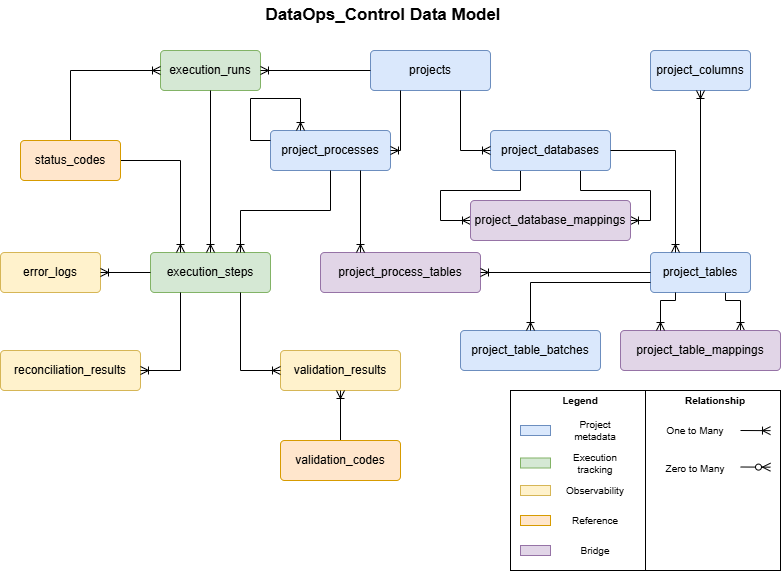
The draw.io diagram on_premise/DataOps_Control/docs/img/data_model_DataOps_Control.png in WilderJoseth/data-engineering-projects, before a commit. Source tidied: cells renumbered, new cells last; positions are measured from the earlier drawing's top-left corner, leaving out a move shared by most shapes.
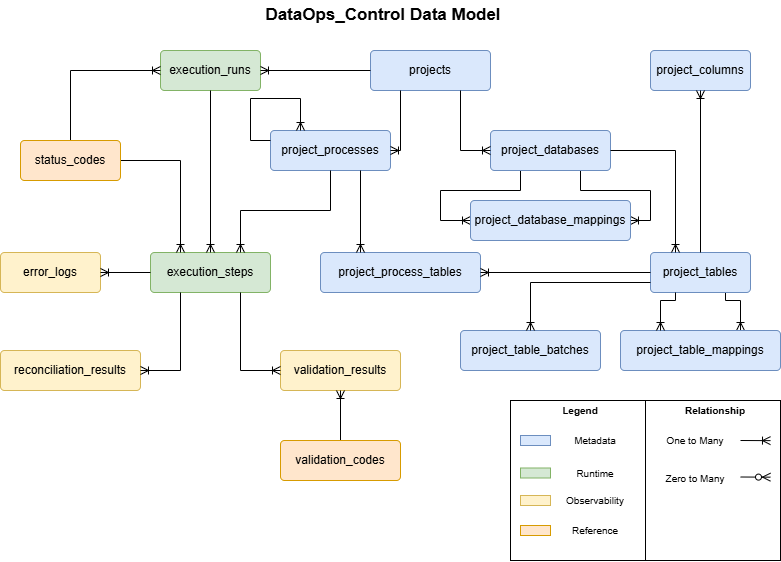
The same diagram one commit later.

What changed in the source:
```diff
@@ -3,7 +3,7 @@
     <mxCell id="0" />
     <mxCell id="1" parent="0" />
     <mxCell id="2" style="rounded=0;whiteSpace=wrap;html=1;gradientColor=none;fillColor=none;labelPosition=center;verticalLabelPosition=top;align=center;verticalAlign=bottom;fontStyle=1;" parent="1" vertex="1">
-      <mxGeometry x="510" y="390" width="270" height="180" as="geometry" />
+      <mxGeometry x="510" y="400" width="270" height="160" as="geometry" />
     </mxCell>
     <mxCell id="3" value="projects" style="rounded=1;arcSize=10;whiteSpace=wrap;html=1;align=center;fillColor=#dae8fc;strokeColor=#6c8ebf;" parent="1" vertex="1">
       <mxGeometry x="370" y="50" width="120" height="40" as="geometry" />
@@ -50,34 +50,34 @@
       <mxGeometry x="236" width="294" height="30" as="geometry" />
     </mxCell>
     <mxCell id="12" style="rounded=0;whiteSpace=wrap;html=1;fillColor=#dae8fc;strokeColor=#6c8ebf;" parent="1" vertex="1">
-      <mxGeometry x="520" y="425" width="30" height="10" as="geometry" />
+      <mxGeometry x="520" y="435" width="30" height="10" as="geometry" />
     </mxCell>
     <mxCell id="13" style="rounded=0;whiteSpace=wrap;html=1;fillColor=#d5e8d4;strokeColor=#82b366;" parent="1" vertex="1">
-      <mxGeometry x="520" y="457.5" width="30" height="10" as="geometry" />
+      <mxGeometry x="520" y="467.5" width="30" height="10" as="geometry" />
     </mxCell>
-    <mxCell id="14" value="Project metadata" style="text;html=1;whiteSpace=wrap;strokeColor=none;fillColor=none;align=center;verticalAlign=middle;rounded=0;fontSize=10;" parent="1" vertex="1">
-      <mxGeometry x="560" y="420" width="70" height="20" as="geometry" />
+    <mxCell id="14" value="Metadata" style="text;html=1;whiteSpace=wrap;strokeColor=none;fillColor=none;align=center;verticalAlign=middle;rounded=0;fontSize=10;" parent="1" vertex="1">
+      <mxGeometry x="560" y="430" width="70" height="20" as="geometry" />
     </mxCell>
-    <mxCell id="15" value="Execution tracking" style="text;html=1;whiteSpace=wrap;strokeColor=none;fillColor=none;align=center;verticalAlign=middle;rounded=0;fontSize=10;" parent="1" vertex="1">
-      <mxGeometry x="560" y="452.5" width="70" height="20" as="geometry" />
+    <mxCell id="15" value="Runtime" style="text;html=1;whiteSpace=wrap;strokeColor=none;fillColor=none;align=center;verticalAlign=middle;rounded=0;fontSize=10;" parent="1" vertex="1">
+      <mxGeometry x="560" y="462.5" width="70" height="20" as="geometry" />
     </mxCell>
     <mxCell id="16" style="fontSize=12;html=1;endArrow=ERoneToMany;rounded=0;exitX=0;exitY=0.5;exitDx=0;exitDy=0;" parent="1" edge="1">
       <mxGeometry relative="1" as="geometry">
-        <mxPoint x="740" y="430" as="sourcePoint" />
-        <mxPoint x="770" y="430.1" as="targetPoint" />
+        <mxPoint x="740" y="440" as="sourcePoint" />
+        <mxPoint x="770" y="440.1" as="targetPoint" />
       </mxGeometry>
     </mxCell>
     <mxCell id="17" value="One to Many" style="text;html=1;whiteSpace=wrap;strokeColor=none;fillColor=none;align=center;verticalAlign=middle;rounded=0;fontSize=10;" parent="1" vertex="1">
-      <mxGeometry x="660" y="420" width="70" height="20" as="geometry" />
+      <mxGeometry x="660" y="430" width="70" height="20" as="geometry" />
     </mxCell>
     <mxCell id="18" style="endArrow=none;html=1;rounded=0;entryX=0.5;entryY=0;entryDx=0;entryDy=0;exitX=0.5;exitY=1;exitDx=0;exitDy=0;" parent="1" edge="1" source="2" target="2">
       <mxGeometry relative="1" as="geometry" />
     </mxCell>
     <mxCell id="19" value="Legend" style="text;html=1;whiteSpace=wrap;strokeColor=none;fillColor=none;align=center;verticalAlign=middle;rounded=0;fontSize=10;fontStyle=1;" parent="1" vertex="1">
-      <mxGeometry x="545" y="390" width="70" height="20" as="geometry" />
+      <mxGeometry x="545" y="400" width="70" height="20" as="geometry" />
     </mxCell>
     <mxCell id="20" value="Relationship" style="text;html=1;whiteSpace=wrap;strokeColor=none;fillColor=none;align=center;verticalAlign=middle;rounded=0;fontSize=10;fontStyle=1;" parent="1" vertex="1">
-      <mxGeometry x="680" y="390" width="70" height="20" as="geometry" />
+      <mxGeometry x="680" y="400" width="70" height="20" as="geometry" />
     </mxCell>
     <mxCell id="21" style="fontSize=12;html=1;endArrow=ERoneToMany;rounded=0;exitX=0.75;exitY=1;exitDx=0;exitDy=0;entryX=0;entryY=0.5;entryDx=0;entryDy=0;" parent="1" edge="1" source="3" target="6">
       <mxGeometry relative="1" as="geometry">
@@ -109,10 +109,10 @@
       <mxGeometry y="350" width="140" height="40" as="geometry" />
     </mxCell>
     <mxCell id="28" style="rounded=0;whiteSpace=wrap;html=1;fillColor=#fff2cc;strokeColor=#d6b656;" parent="1" vertex="1">
-      <mxGeometry x="520" y="485" width="30" height="10" as="geometry" />
+      <mxGeometry x="520" y="495" width="30" height="10" as="geometry" />
     </mxCell>
     <mxCell id="29" value="Observability" style="text;html=1;whiteSpace=wrap;strokeColor=none;fillColor=none;align=center;verticalAlign=middle;rounded=0;fontSize=10;" parent="1" vertex="1">
-      <mxGeometry x="560" y="480" width="70" height="20" as="geometry" />
+      <mxGeometry x="560" y="490" width="70" height="20" as="geometry" />
     </mxCell>
     <mxCell id="30" value="project_table_batches" style="rounded=1;arcSize=10;whiteSpace=wrap;html=1;align=center;fillColor=#dae8fc;strokeColor=#6c8ebf;" parent="1" vertex="1">
       <mxGeometry x="460" y="330" width="140" height="40" as="geometry" />
@@ -143,12 +143,12 @@
       </mxGeometry>
     </mxCell>
     <mxCell id="35" value="Zero to Many" style="text;html=1;whiteSpace=wrap;strokeColor=none;fillColor=none;align=center;verticalAlign=middle;rounded=0;fontSize=10;" parent="1" vertex="1">
-      <mxGeometry x="660" y="457.5" width="70" height="20" as="geometry" />
+      <mxGeometry x="660" y="467.5" width="70" height="20" as="geometry" />
     </mxCell>
     <mxCell id="36" style="fontSize=12;html=1;endArrow=ERzeroToMany;endFill=1;rounded=0;entryX=0.5;entryY=0;entryDx=0;entryDy=0;" parent="1" edge="1">
       <mxGeometry relative="1" as="geometry">
-        <mxPoint x="740" y="466.5" as="sourcePoint" />
-        <mxPoint x="770" y="466.7" as="targetPoint" />
+        <mxPoint x="740" y="476.5" as="sourcePoint" />
+        <mxPoint x="770" y="476.7" as="targetPoint" />
       </mxGeometry>
     </mxCell>
     <mxCell id="37" style="fontSize=12;html=1;endArrow=ERoneToMany;rounded=0;exitX=0;exitY=0.5;exitDx=0;exitDy=0;entryX=1;entryY=0.5;entryDx=0;entryDy=0;" parent="1" edge="1" source="10" target="26">
@@ -185,16 +185,16 @@
         </Array>
       </mxGeometry>
     </mxCell>
-    <mxCell id="43" value="project_database_mappings" style="rounded=1;arcSize=10;whiteSpace=wrap;html=1;align=center;fillColor=#e1d5e7;strokeColor=#9673a6;" parent="1" vertex="1">
+    <mxCell id="43" value="project_database_mappings" style="rounded=1;arcSize=10;whiteSpace=wrap;html=1;align=center;fillColor=#dae8fc;strokeColor=#6c8ebf;" parent="1" vertex="1">
       <mxGeometry x="470" y="200" width="160" height="40" as="geometry" />
     </mxCell>
     <mxCell id="44" style="rounded=0;whiteSpace=wrap;html=1;fillColor=#ffe6cc;strokeColor=#d79b00;" parent="1" vertex="1">
-      <mxGeometry x="520" y="515" width="30" height="10" as="geometry" />
+      <mxGeometry x="520" y="525" width="30" height="10" as="geometry" />
     </mxCell>
     <mxCell id="45" value="Reference" style="text;html=1;whiteSpace=wrap;strokeColor=none;fillColor=none;align=center;verticalAlign=middle;rounded=0;fontSize=10;" parent="1" vertex="1">
-      <mxGeometry x="560" y="510" width="70" height="20" as="geometry" />
+      <mxGeometry x="560" y="520" width="70" height="20" as="geometry" />
     </mxCell>
-    <mxCell id="46" value="project_table_mappings" style="rounded=1;arcSize=10;whiteSpace=wrap;html=1;align=center;fillColor=#e1d5e7;strokeColor=#9673a6;" parent="1" vertex="1">
+    <mxCell id="46" value="project_table_mappings" style="rounded=1;arcSize=10;whiteSpace=wrap;html=1;align=center;fillColor=#dae8fc;strokeColor=#6c8ebf;" parent="1" vertex="1">
       <mxGeometry x="620" y="330" width="160" height="40" as="geometry" />
     </mxCell>
     <mxCell id="47" style="edgeStyle=orthogonalEdgeStyle;rounded=0;jettySize=auto;html=1;entryX=0.25;entryY=0;entryDx=0;entryDy=0;endArrow=ERoneToMany;endFill=0;exitX=0.25;exitY=1;exitDx=0;exitDy=0;" parent="1" edge="1" source="8" target="46">
@@ -205,7 +205,7 @@
         </Array>
       </mxGeometry>
     </mxCell>
-    <mxCell id="48" value="project_process_tables" style="rounded=1;arcSize=10;whiteSpace=wrap;html=1;align=center;fillColor=#e1d5e7;strokeColor=#9673a6;" parent="1" vertex="1">
+    <mxCell id="48" value="project_process_tables" style="rounded=1;arcSize=10;whiteSpace=wrap;html=1;align=center;fillColor=#dae8fc;strokeColor=#6c8ebf;" parent="1" vertex="1">
       <mxGeometry x="320" y="252" width="160" height="40" as="geometry" />
     </mxCell>
     <mxCell id="49" style="fontSize=12;html=1;endArrow=ERoneToMany;rounded=0;exitX=0;exitY=0.5;exitDx=0;exitDy=0;entryX=1;entryY=0.5;entryDx=0;entryDy=0;" parent="1" edge="1" source="8" target="48">
@@ -229,11 +229,5 @@
     <mxCell id="55" value="status_codes" style="rounded=1;arcSize=10;whiteSpace=wrap;html=1;align=center;fillColor=#ffe6cc;strokeColor=#d79b00;" parent="1" vertex="1">
       <mxGeometry x="20" y="140" width="100" height="40" as="geometry" />
     </mxCell>
-    <mxCell id="56" style="rounded=0;whiteSpace=wrap;html=1;fillColor=#e1d5e7;strokeColor=#9673a6;" parent="1" vertex="1">
-      <mxGeometry x="520" y="545" width="30" height="10" as="geometry" />
-    </mxCell>
-    <mxCell id="57" value="Bridge" style="text;html=1;whiteSpace=wrap;strokeColor=none;fillColor=none;align=center;verticalAlign=middle;rounded=0;fontSize=10;" parent="1" vertex="1">
-      <mxGeometry x="560" y="540" width="70" height="20" as="geometry" />
-    </mxCell>
   </root>
 </mxGraphModel>
```
